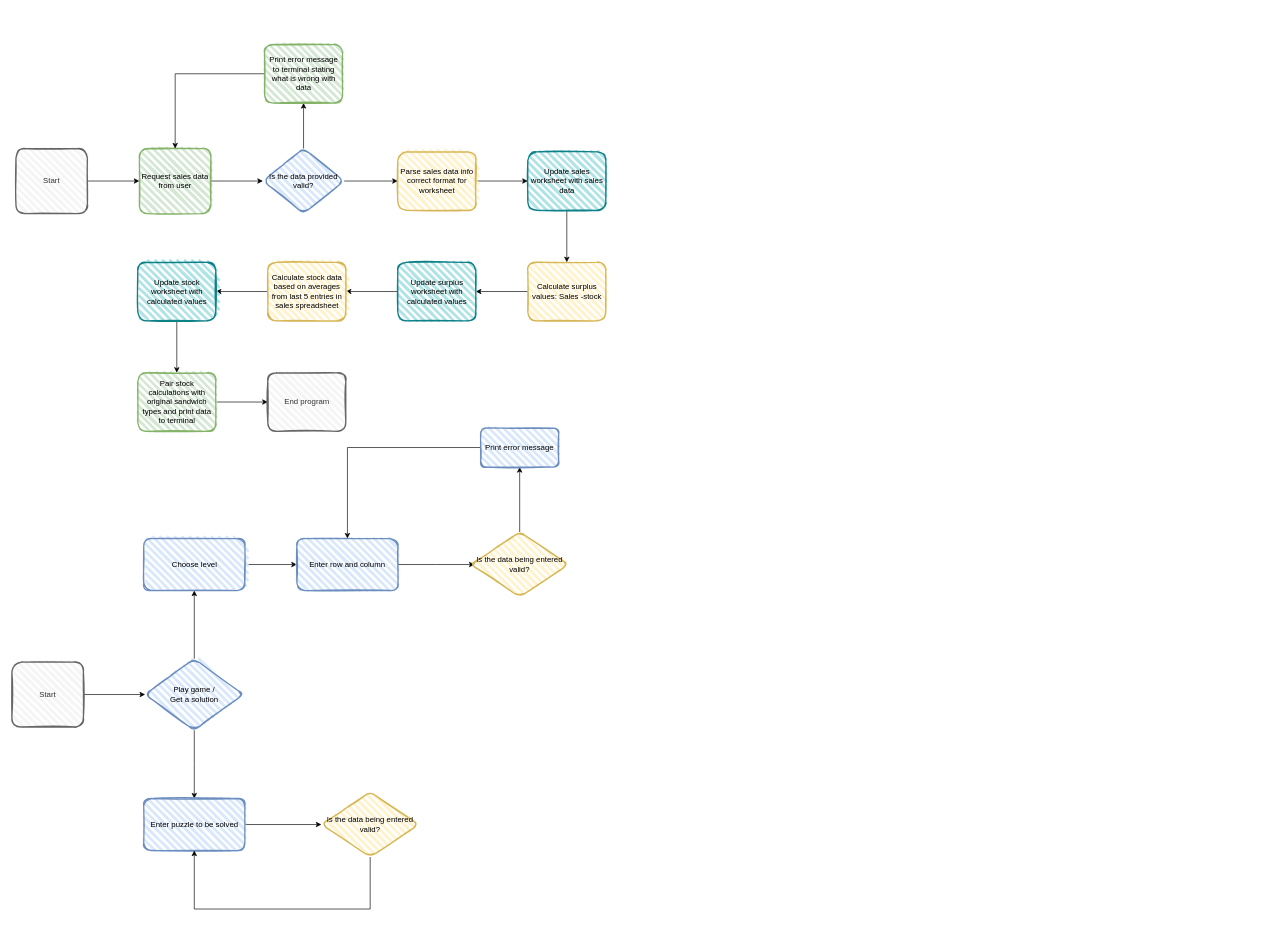
The draw.io diagram docs/diagrams/sudoku_game_play.drawio in halfpintutopia/sudoku, before the edit. Source tidied: cells renumbered, new cells numbered last; positions are measured from the earlier drawing's top-left corner, leaving out a move shared by most shapes. Both pictures are drawn from the tidied source at 65%, with x=0, y=0 at pixel (12, 44).
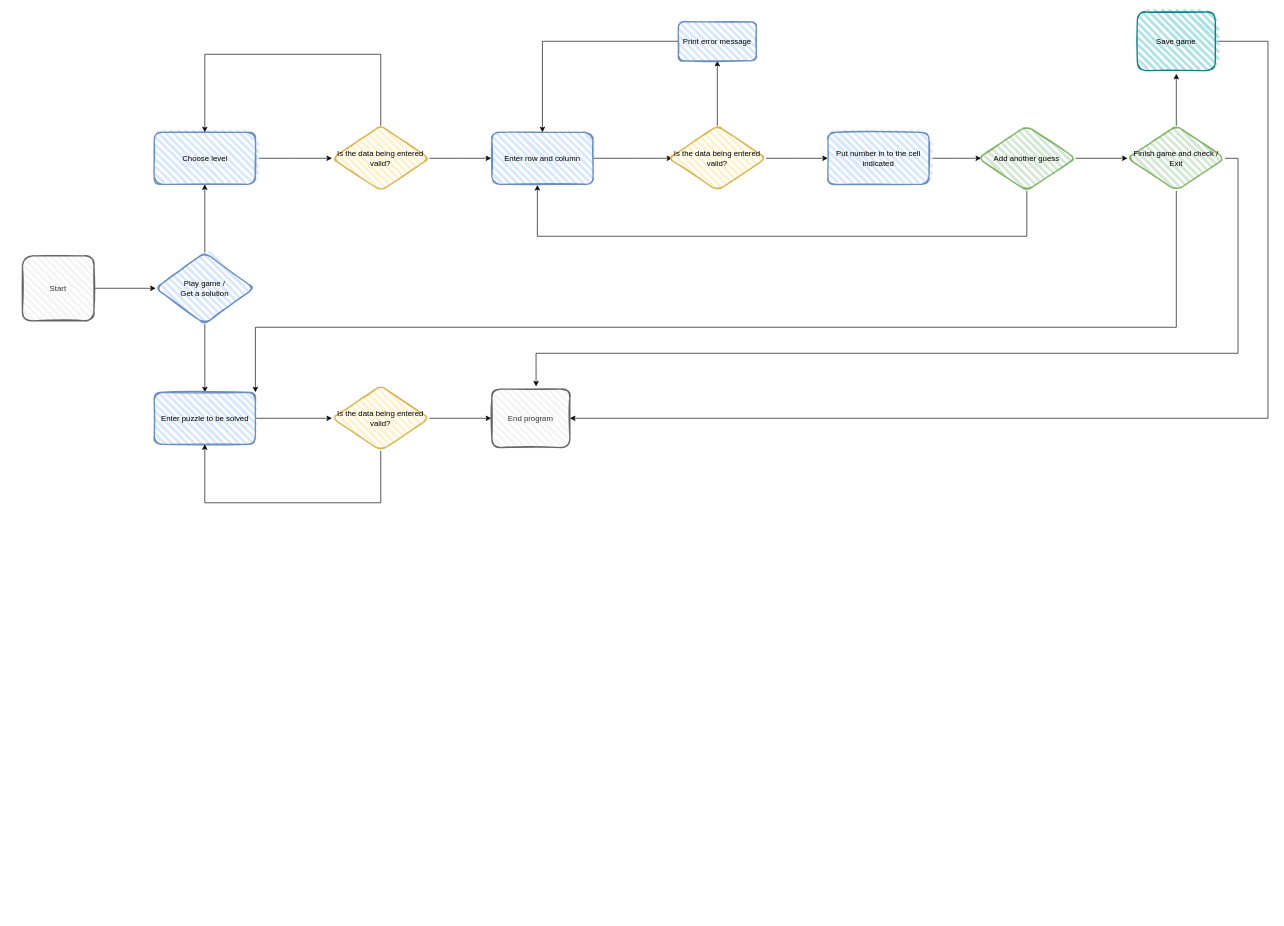
The same diagram, later.

Commit message:
Add main flow of game play

Diff of the diagram source:
```diff
@@
-    <mxCell id="2" style="edgeStyle=orthogonalEdgeStyle;rounded=0;jettySize=auto;html=1;" parent="1" edge="1" source="3" target="5">
-      <mxGeometry relative="1" as="geometry" />
-    </mxCell>
-    <mxCell id="3" value="Start" style="rounded=1;whiteSpace=wrap;html=1;strokeWidth=2;fillWeight=4;hachureGap=8;hachureAngle=45;fillColor=#f5f5f5;sketch=1;fontColor=#333333;strokeColor=#666666;" parent="1" vertex="1">
-      <mxGeometry x="6" y="160" width="110" height="100" as="geometry" />
-    </mxCell>
-    <mxCell id="4" style="edgeStyle=orthogonalEdgeStyle;rounded=0;jettySize=auto;html=1;" parent="1" edge="1" source="5" target="8">
-      <mxGeometry relative="1" as="geometry" />
-    </mxCell>
-    <mxCell id="5" value="Request sales data from user" style="rounded=1;whiteSpace=wrap;html=1;strokeWidth=2;fillWeight=4;hachureGap=8;hachureAngle=45;fillColor=#d5e8d4;sketch=1;strokeColor=#82b366;" parent="1" vertex="1">
-      <mxGeometry x="196" y="160" width="110" height="100" as="geometry" />
-    </mxCell>
-    <mxCell id="6" style="edgeStyle=orthogonalEdgeStyle;rounded=0;jettySize=auto;html=1;" parent="1" edge="1" source="8" target="10">
-      <mxGeometry relative="1" as="geometry" />
-    </mxCell>
-    <mxCell id="7" style="edgeStyle=orthogonalEdgeStyle;rounded=0;jettySize=auto;html=1;" parent="1" edge="1" source="8" target="12">
-      <mxGeometry relative="1" as="geometry" />
-    </mxCell>
-    <mxCell id="8" value="Is the data provided valid?" style="rhombus;whiteSpace=wrap;html=1;fillColor=#dae8fc;strokeColor=#6c8ebf;rounded=1;strokeWidth=2;fillWeight=4;hachureGap=8;hachureAngle=45;sketch=1;" parent="1" vertex="1">
-      <mxGeometry x="386" y="160" width="125" height="100" as="geometry" />
-    </mxCell>
-    <mxCell id="9" style="edgeStyle=orthogonalEdgeStyle;rounded=0;jettySize=auto;html=1;entryX=0.5;entryY=0;entryDx=0;entryDy=0;" parent="1" edge="1" source="10" target="5">
-      <mxGeometry relative="1" as="geometry" />
-    </mxCell>
-    <mxCell id="10" value="Print error message to terminal stating what is wrong with data" style="whiteSpace=wrap;html=1;fillColor=#d5e8d4;strokeColor=#82b366;rounded=1;strokeWidth=2;fillWeight=4;hachureGap=8;hachureAngle=45;sketch=1;" parent="1" vertex="1">
-      <mxGeometry x="388.5" width="120" height="90" as="geometry" />
-    </mxCell>
-    <mxCell id="11" style="edgeStyle=orthogonalEdgeStyle;rounded=0;jettySize=auto;html=1;" parent="1" edge="1" source="12" target="14">
-      <mxGeometry relative="1" as="geometry" />
-    </mxCell>
-    <mxCell id="12" value="Parse sales data info correct format for worksheet" style="whiteSpace=wrap;html=1;fillColor=#fff2cc;strokeColor=#d6b656;rounded=1;strokeWidth=2;fillWeight=4;hachureGap=8;hachureAngle=45;sketch=1;" parent="1" vertex="1">
-      <mxGeometry x="593.5" y="165" width="120" height="90" as="geometry" />
-    </mxCell>
-    <mxCell id="13" style="edgeStyle=orthogonalEdgeStyle;rounded=0;jettySize=auto;html=1;" parent="1" edge="1" source="14" target="16">
-      <mxGeometry relative="1" as="geometry" />
-    </mxCell>
-    <mxCell id="14" value="Update sales worksheet with sales data" style="whiteSpace=wrap;html=1;fillColor=#b0e3e6;strokeColor=#0e8088;rounded=1;strokeWidth=2;fillWeight=4;hachureGap=8;hachureAngle=45;sketch=1;" parent="1" vertex="1">
-      <mxGeometry x="793.5" y="165" width="120" height="90" as="geometry" />
-    </mxCell>
-    <mxCell id="15" style="edgeStyle=orthogonalEdgeStyle;rounded=0;jettySize=auto;html=1;" parent="1" edge="1" source="16" target="18">
-      <mxGeometry relative="1" as="geometry" />
-    </mxCell>
-    <mxCell id="16" value="Calculate surplus values: Sales -stock" style="whiteSpace=wrap;html=1;fillColor=#fff2cc;strokeColor=#d6b656;rounded=1;strokeWidth=2;fillWeight=4;hachureGap=8;hachureAngle=45;sketch=1;" parent="1" vertex="1">
-      <mxGeometry x="793.5" y="335" width="120" height="90" as="geometry" />
-    </mxCell>
-    <mxCell id="17" style="edgeStyle=orthogonalEdgeStyle;rounded=0;jettySize=auto;html=1;" parent="1" edge="1" source="18" target="20">
-      <mxGeometry relative="1" as="geometry" />
-    </mxCell>
-    <mxCell id="18" value="Update surplus worksheet with calculated values" style="whiteSpace=wrap;html=1;fillColor=#b0e3e6;strokeColor=#0e8088;rounded=1;strokeWidth=2;fillWeight=4;hachureGap=8;hachureAngle=45;sketch=1;" parent="1" vertex="1">
-      <mxGeometry x="593.5" y="335" width="120" height="90" as="geometry" />
-    </mxCell>
-    <mxCell id="19" style="edgeStyle=orthogonalEdgeStyle;rounded=0;jettySize=auto;html=1;" parent="1" edge="1" source="20" target="22">
-      <mxGeometry relative="1" as="geometry" />
-    </mxCell>
-    <mxCell id="20" value="Calculate stock data based on averages from last 5 entries in sales spreadsheet" style="whiteSpace=wrap;html=1;fillColor=#fff2cc;strokeColor=#d6b656;rounded=1;strokeWidth=2;fillWeight=4;hachureGap=8;hachureAngle=45;sketch=1;" parent="1" vertex="1">
-      <mxGeometry x="393.5" y="335" width="120" height="90" as="geometry" />
-    </mxCell>
-    <mxCell id="21" style="edgeStyle=orthogonalEdgeStyle;rounded=0;jettySize=auto;html=1;" parent="1" edge="1" source="22" target="24">
-      <mxGeometry relative="1" as="geometry" />
-    </mxCell>
-    <mxCell id="22" value="Update stock worksheet with calculated values" style="whiteSpace=wrap;html=1;fillColor=#b0e3e6;strokeColor=#0e8088;rounded=1;strokeWidth=2;fillWeight=4;hachureGap=8;hachureAngle=45;sketch=1;" parent="1" vertex="1">
-      <mxGeometry x="193.5" y="335" width="120" height="90" as="geometry" />
-    </mxCell>
-    <mxCell id="23" style="edgeStyle=orthogonalEdgeStyle;rounded=0;jettySize=auto;html=1;" parent="1" edge="1" source="24" target="25">
-      <mxGeometry relative="1" as="geometry" />
-    </mxCell>
-    <mxCell id="24" value="Pair stock calculations with original sandwich types and print data to terminal" style="whiteSpace=wrap;html=1;fillColor=#d5e8d4;strokeColor=#82b366;rounded=1;strokeWidth=2;fillWeight=4;hachureGap=8;hachureAngle=45;sketch=1;" parent="1" vertex="1">
-      <mxGeometry x="193.5" y="505" width="120" height="90" as="geometry" />
-    </mxCell>
-    <mxCell id="25" value="End program" style="whiteSpace=wrap;html=1;fillColor=#f5f5f5;strokeColor=#666666;rounded=1;strokeWidth=2;fillWeight=4;hachureGap=8;hachureAngle=45;sketch=1;fontColor=#333333;" parent="1" vertex="1">
-      <mxGeometry x="393.5" y="505" width="120" height="90" as="geometry" />
-    </mxCell>
@@
     <mxCell id="27" value="Start" style="rounded=1;whiteSpace=wrap;html=1;strokeWidth=2;fillWeight=4;hachureGap=8;hachureAngle=45;fillColor=#f5f5f5;sketch=1;fontColor=#333333;strokeColor=#666666;" parent="1" vertex="1">
-      <mxGeometry x="-0.2" y="950" width="110" height="100" as="geometry" />
+      <mxGeometry x="16" y="325" width="110" height="100" as="geometry" />
     </mxCell>
@@
     <mxCell id="29" style="edgeStyle=orthogonalEdgeStyle;rounded=0;jettySize=auto;html=1;" parent="1" edge="1" source="30">
       <mxGeometry relative="1" as="geometry">
-        <mxPoint x="280.4" y="1160" as="targetPoint" />
+        <mxPoint x="296.7" y="535" as="targetPoint" />
       </mxGeometry>
     </mxCell>
     <mxCell id="30" value="&lt;div&gt;Play game /&lt;/div&gt;&lt;div&gt;Get a solution&lt;br&gt;&lt;/div&gt;" style="rhombus;whiteSpace=wrap;html=1;fillColor=#dae8fc;strokeColor=#6c8ebf;rounded=1;strokeWidth=2;fillWeight=4;hachureGap=8;hachureAngle=45;sketch=1;" parent="1" vertex="1">
-      <mxGeometry x="204.8" y="945" width="151.2" height="110" as="geometry" />
+      <mxGeometry x="221" y="320" width="151.2" height="110" as="geometry" />
     </mxCell>
-    <mxCell id="31" style="edgeStyle=orthogonalEdgeStyle;rounded=0;jettySize=auto;html=1;" parent="1" edge="1" source="32" target="38">
-      <mxGeometry relative="1" as="geometry" />
-    </mxCell>
+    <mxCell id="43" style="edgeStyle=orthogonalEdgeStyle;rounded=0;jettySize=auto;html=1;" parent="1" edge="1" source="32">
+      <mxGeometry relative="1" as="geometry">
+        <mxPoint x="492.3" y="175" as="targetPoint" />
+      </mxGeometry>
+    </mxCell>
     <mxCell id="32" value="Choose level" style="rounded=1;whiteSpace=wrap;html=1;fillColor=#dae8fc;strokeColor=#6c8ebf;strokeWidth=2;fillWeight=4;hachureGap=8;hachureAngle=45;sketch=1;" parent="1" vertex="1">
-      <mxGeometry x="202.6" y="760" width="155.6" height="80" as="geometry" />
+      <mxGeometry x="218.8" y="135" width="155.6" height="80" as="geometry" />
     </mxCell>
@@
     <mxCell id="34" value="Enter puzzle to be solved" style="rounded=1;whiteSpace=wrap;html=1;fillColor=#dae8fc;strokeColor=#6c8ebf;strokeWidth=2;fillWeight=4;hachureGap=8;hachureAngle=45;sketch=1;" parent="1" vertex="1">
-      <mxGeometry x="202.6" y="1160" width="155.6" height="80" as="geometry" />
+      <mxGeometry x="218.8" y="535" width="155.6" height="80" as="geometry" />
     </mxCell>
     <mxCell id="35" style="edgeStyle=orthogonalEdgeStyle;rounded=0;jettySize=auto;html=1;exitX=0.5;exitY=1;exitDx=0;exitDy=0;entryX=0.5;entryY=1;entryDx=0;entryDy=0;" parent="1" edge="1" source="36" target="34">
       <mxGeometry relative="1" as="geometry">
         <Array as="points">
-          <mxPoint x="551" y="1330" />
-          <mxPoint x="280" y="1330" />
+          <mxPoint x="567.2" y="705" />
+          <mxPoint x="296.2" y="705" />
         </Array>
       </mxGeometry>
     </mxCell>
+    <mxCell id="44" style="edgeStyle=orthogonalEdgeStyle;rounded=0;jettySize=auto;html=1;" parent="1" edge="1" source="36">
+      <mxGeometry relative="1" as="geometry">
+        <mxPoint x="737.3" y="575" as="targetPoint" />
+      </mxGeometry>
+    </mxCell>
     <mxCell id="36" value="Is the data being entered valid?" style="rhombus;whiteSpace=wrap;html=1;fillColor=#fff2cc;strokeColor=#d6b656;rounded=1;strokeWidth=2;fillWeight=4;hachureGap=8;hachureAngle=45;sketch=1;" parent="1" vertex="1">
-      <mxGeometry x="476" y="1150" width="150" height="100" as="geometry" />
+      <mxGeometry x="492.3" y="525" width="150" height="100" as="geometry" />
     </mxCell>
     <mxCell id="37" style="edgeStyle=orthogonalEdgeStyle;rounded=0;jettySize=auto;html=1;" parent="1" edge="1" source="38">
       <mxGeometry relative="1" as="geometry">
-        <mxPoint x="711.6" y="800" as="targetPoint" />
+        <mxPoint x="1015.7" y="175" as="targetPoint" />
       </mxGeometry>
     </mxCell>
     <mxCell id="38" value="Enter row and column" style="rounded=1;whiteSpace=wrap;html=1;fillColor=#dae8fc;strokeColor=#6c8ebf;strokeWidth=2;fillWeight=4;hachureGap=8;hachureAngle=45;sketch=1;" parent="1" vertex="1">
-      <mxGeometry x="438.2" y="760" width="155.6" height="80" as="geometry" />
+      <mxGeometry x="738.2" y="135" width="155.6" height="80" as="geometry" />
     </mxCell>
@@
+    <mxCell id="45" style="edgeStyle=orthogonalEdgeStyle;rounded=0;jettySize=auto;html=1;" parent="1" edge="1" source="40">
+      <mxGeometry relative="1" as="geometry">
+        <mxPoint x="1255.1" y="175" as="targetPoint" />
+      </mxGeometry>
+    </mxCell>
     <mxCell id="40" value="Is the data being entered valid?" style="rhombus;whiteSpace=wrap;html=1;fillColor=#fff2cc;strokeColor=#d6b656;rounded=1;strokeWidth=2;fillWeight=4;hachureGap=8;hachureAngle=45;sketch=1;" parent="1" vertex="1">
-      <mxGeometry x="706" y="750" width="150" height="100" as="geometry" />
+      <mxGeometry x="1010.1" y="125" width="150" height="100" as="geometry" />
     </mxCell>
@@
     <mxCell id="42" value="Print error message" style="whiteSpace=wrap;html=1;fillColor=#dae8fc;strokeColor=#6c8ebf;rounded=1;strokeWidth=2;fillWeight=4;hachureGap=8;hachureAngle=45;sketch=1;" parent="1" vertex="1">
-      <mxGeometry x="721" y="590" width="120" height="60" as="geometry" />
+      <mxGeometry x="1025.1" y="-35" width="120" height="60" as="geometry" />
     </mxCell>
+    <mxCell id="46" style="edgeStyle=orthogonalEdgeStyle;rounded=0;jettySize=auto;html=1;" parent="1" edge="1" source="48">
+      <mxGeometry relative="1" as="geometry">
+        <mxPoint x="737.3" y="175" as="targetPoint" />
+      </mxGeometry>
+    </mxCell>
+    <mxCell id="47" style="edgeStyle=orthogonalEdgeStyle;rounded=0;jettySize=auto;html=1;exitX=0.5;exitY=0;exitDx=0;exitDy=0;entryX=0.5;entryY=0;entryDx=0;entryDy=0;" parent="1" edge="1" source="48" target="32">
+      <mxGeometry relative="1" as="geometry">
+        <Array as="points">
+          <mxPoint x="567.2" y="15" />
+          <mxPoint x="296.2" y="15" />
+        </Array>
+      </mxGeometry>
+    </mxCell>
+    <mxCell id="48" value="Is the data being entered valid?" style="rhombus;whiteSpace=wrap;html=1;fillColor=#fff2cc;strokeColor=#d6b656;rounded=1;strokeWidth=2;fillWeight=4;hachureGap=8;hachureAngle=45;sketch=1;" parent="1" vertex="1">
+      <mxGeometry x="492.3" y="125" width="150" height="100" as="geometry" />
+    </mxCell>
+    <mxCell id="49" style="edgeStyle=orthogonalEdgeStyle;rounded=0;jettySize=auto;html=1;" parent="1" edge="1" source="50">
+      <mxGeometry relative="1" as="geometry">
+        <mxPoint x="1490.9" y="175" as="targetPoint" />
+      </mxGeometry>
+    </mxCell>
+    <mxCell id="50" value="Put number in to the cell indicated" style="rounded=1;whiteSpace=wrap;html=1;fillColor=#dae8fc;strokeColor=#6c8ebf;strokeWidth=2;fillWeight=4;hachureGap=8;hachureAngle=45;sketch=1;" parent="1" vertex="1">
+      <mxGeometry x="1255.2" y="135" width="155.6" height="80" as="geometry" />
+    </mxCell>
+    <mxCell id="51" style="edgeStyle=orthogonalEdgeStyle;rounded=0;jettySize=auto;html=1;exitX=0.5;exitY=1;exitDx=0;exitDy=0;entryX=0.45;entryY=1.013;entryDx=0;entryDy=0;entryPerimeter=0;" parent="1" edge="1" source="53" target="38">
+      <mxGeometry relative="1" as="geometry">
+        <Array as="points">
+          <mxPoint x="1561.2" y="295" />
+          <mxPoint x="808.2" y="295" />
+        </Array>
+      </mxGeometry>
+    </mxCell>
+    <mxCell id="52" style="edgeStyle=orthogonalEdgeStyle;rounded=0;jettySize=auto;html=1;" parent="1" edge="1" source="53" target="57">
+      <mxGeometry relative="1" as="geometry" />
+    </mxCell>
+    <mxCell id="53" value="Add another guess" style="rhombus;whiteSpace=wrap;html=1;fillColor=#d5e8d4;strokeColor=#82b366;rounded=1;strokeWidth=2;fillWeight=4;hachureGap=8;hachureAngle=45;sketch=1;" parent="1" vertex="1">
+      <mxGeometry x="1486.2" y="125" width="150" height="100" as="geometry" />
+    </mxCell>
+    <mxCell id="54" style="edgeStyle=orthogonalEdgeStyle;rounded=0;jettySize=auto;html=1;exitX=0.5;exitY=1;exitDx=0;exitDy=0;entryX=1;entryY=0;entryDx=0;entryDy=0;" parent="1" edge="1" source="57" target="34">
+      <mxGeometry relative="1" as="geometry">
+        <Array as="points">
+          <mxPoint x="1791.2" y="435" />
+          <mxPoint x="374.2" y="435" />
+        </Array>
+      </mxGeometry>
+    </mxCell>
+    <mxCell id="55" style="edgeStyle=orthogonalEdgeStyle;rounded=0;jettySize=auto;html=1;exitX=1;exitY=0.5;exitDx=0;exitDy=0;entryX=0.567;entryY=-0.044;entryDx=0;entryDy=0;entryPerimeter=0;" parent="1" edge="1" source="57" target="25">
+      <mxGeometry relative="1" as="geometry">
+        <Array as="points">
+          <mxPoint x="1886.2" y="175" />
+          <mxPoint x="1886.2" y="475" />
+          <mxPoint x="806.2" y="475" />
+        </Array>
+      </mxGeometry>
+    </mxCell>
+    <mxCell id="56" style="edgeStyle=orthogonalEdgeStyle;rounded=0;jettySize=auto;html=1;" parent="1" edge="1" source="57">
+      <mxGeometry relative="1" as="geometry">
+        <mxPoint x="1791.2" y="45" as="targetPoint" />
+      </mxGeometry>
+    </mxCell>
+    <mxCell id="57" value="Finish game and check / Exit" style="rhombus;whiteSpace=wrap;html=1;fillColor=#d5e8d4;strokeColor=#82b366;rounded=1;strokeWidth=2;fillWeight=4;hachureGap=8;hachureAngle=45;sketch=1;" parent="1" vertex="1">
+      <mxGeometry x="1716.2" y="125" width="150" height="100" as="geometry" />
+    </mxCell>
+    <mxCell id="25" value="End program" style="whiteSpace=wrap;html=1;fillColor=#f5f5f5;strokeColor=#666666;rounded=1;strokeWidth=2;fillWeight=4;hachureGap=8;hachureAngle=45;sketch=1;fontColor=#333333;" parent="1" vertex="1">
+      <mxGeometry x="738.2" y="530" width="120" height="90" as="geometry" />
+    </mxCell>
+    <mxCell id="58" style="edgeStyle=orthogonalEdgeStyle;rounded=0;jettySize=auto;html=1;entryX=1;entryY=0.5;entryDx=0;entryDy=0;" parent="1" edge="1" source="59" target="25">
+      <mxGeometry relative="1" as="geometry">
+        <Array as="points">
+          <mxPoint x="1932.2" y="-5" />
+          <mxPoint x="1932.2" y="575" />
+        </Array>
+      </mxGeometry>
+    </mxCell>
+    <mxCell id="59" value="Save game" style="whiteSpace=wrap;html=1;fillColor=#b0e3e6;strokeColor=#0e8088;rounded=1;strokeWidth=2;fillWeight=4;hachureGap=8;hachureAngle=45;sketch=1;" parent="1" vertex="1">
+      <mxGeometry x="1731.2" y="-50" width="120" height="90" as="geometry" />
+    </mxCell>
```
